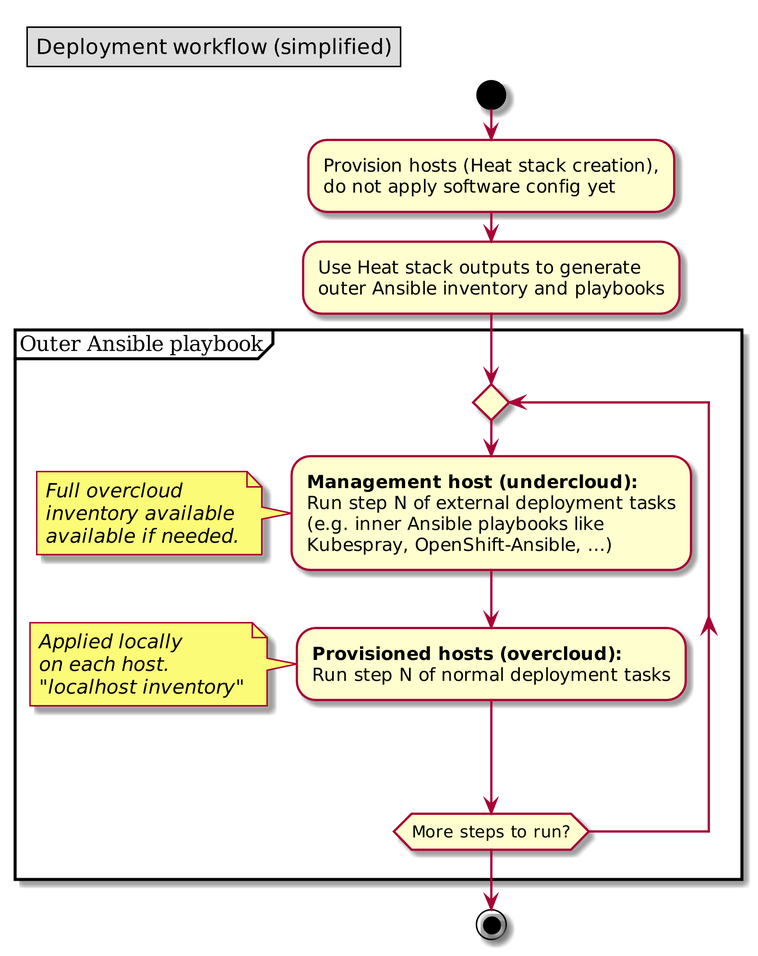
Before: images/workflow.png, a diagram exported from PlantUML (jistr/talk-2018-kubernetes-cluster-with-tripleo).
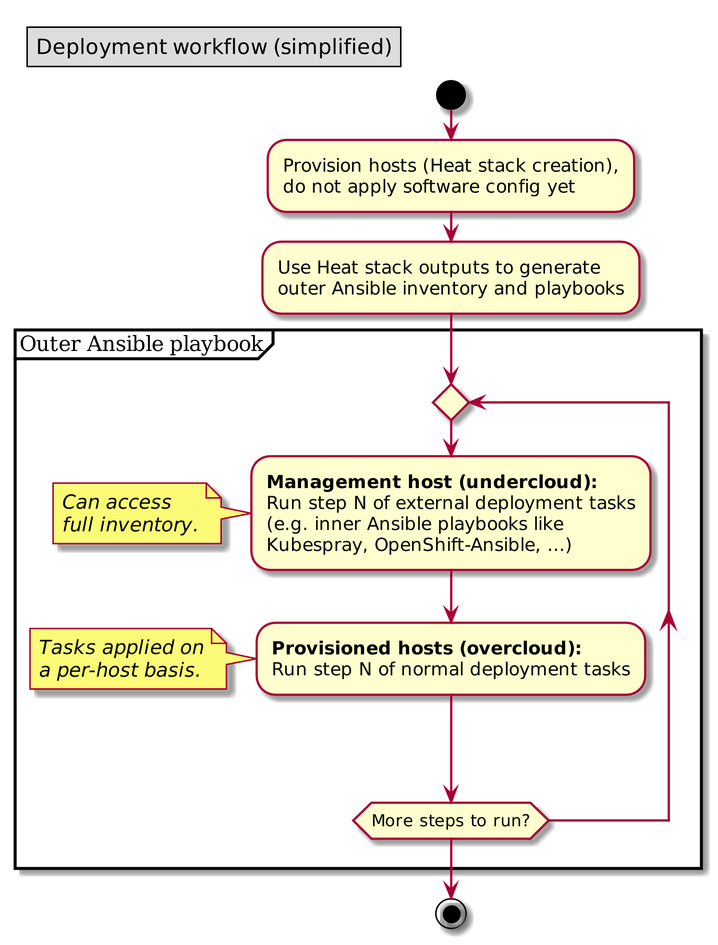
After the change.

The edit, as a diff of the source:
```diff
@@ -20,17 +20,15 @@
     (e.g. inner Ansible playbooks like
     Kubespray, OpenShift-Ansible, ?);
     note left
-    //Full overcloud//
-    //inventory available//
-    //available if needed.//
+    //Can access//
+    //full inventory.//
     end note
 
     :**Provisioned hosts (overcloud):**
     Run step N of normal deployment tasks;
     note left
-    //Applied locally//
-    //on each host.//
-    //"localhost inventory"//
+    //Tasks applied on//
+    //a per-host basis.//
     end note
   repeat while (More steps to run?)
 }
```
